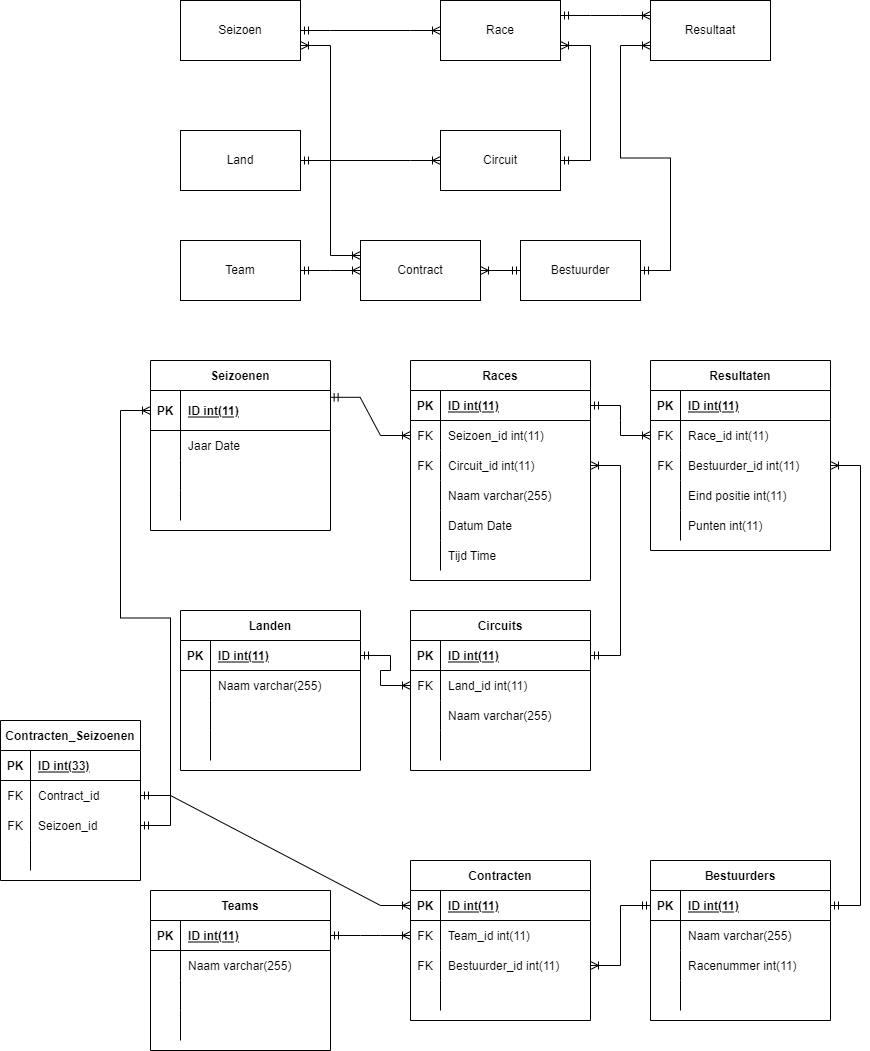
The draw.io diagram F1 ERD.drawio.png in PeterVanKampen7/AO-B7-ERD, before a commit. Source tidied: cells renumbered, new cells last; positions are measured from the earlier drawing's top-left corner, leaving out a move shared by most shapes.
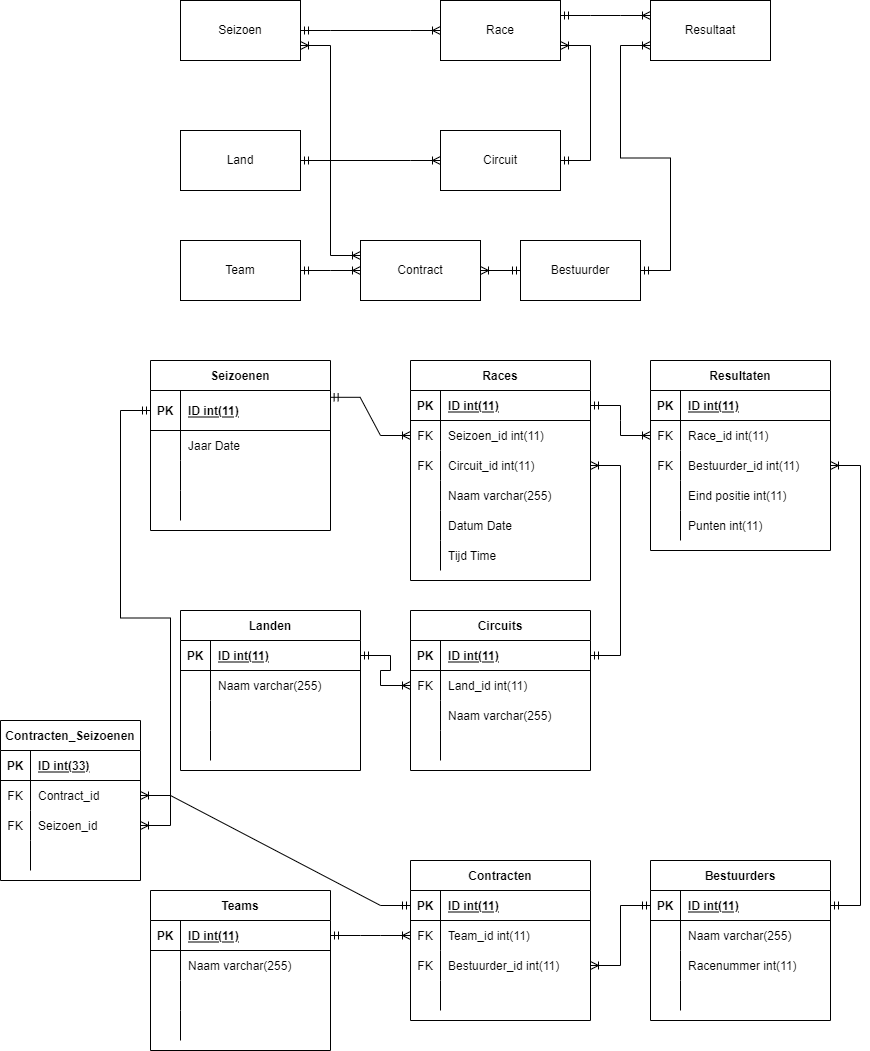
The same diagram one commit later.

The edit, as a diff of the source:
```diff
@@ -449,10 +449,10 @@
     <mxCell id="150" style="shape=partialRectangle;fillColor=none;top=0;left=0;bottom=0;right=0;align=left;spacingLeft=6;overflow=hidden;" parent="148" vertex="1">
       <mxGeometry x="30" width="110" height="30" as="geometry" />
     </mxCell>
-    <mxCell id="151" style="edgeStyle=entityRelationEdgeStyle;fontSize=12;html=1;endArrow=ERoneToMany;startArrow=ERmandOne;rounded=0;exitX=1;exitY=0.5;exitDx=0;exitDy=0;entryX=0;entryY=0.5;entryDx=0;entryDy=0;" parent="1" edge="1" source="142" target="107">
+    <mxCell id="151" style="edgeStyle=entityRelationEdgeStyle;fontSize=12;html=1;endArrow=ERoneToMany;startArrow=ERmandOne;rounded=0;exitX=0;exitY=0.5;exitDx=0;exitDy=0;entryX=1;entryY=0.5;entryDx=0;entryDy=0;" parent="1" edge="1" source="107" target="142">
       <mxGeometry relative="1" as="geometry" />
     </mxCell>
-    <mxCell id="152" style="edgeStyle=entityRelationEdgeStyle;fontSize=12;html=1;endArrow=ERoneToMany;startArrow=ERmandOne;rounded=0;exitX=1;exitY=0.5;exitDx=0;exitDy=0;entryX=0;entryY=0.5;entryDx=0;entryDy=0;" parent="1" edge="1" source="145" target="16">
+    <mxCell id="152" style="edgeStyle=entityRelationEdgeStyle;fontSize=12;html=1;endArrow=ERoneToMany;startArrow=ERmandOne;rounded=0;entryX=1;entryY=0.5;entryDx=0;entryDy=0;exitX=0;exitY=0.5;exitDx=0;exitDy=0;" parent="1" edge="1" source="16" target="145">
       <mxGeometry relative="1" as="geometry" />
     </mxCell>
   </root>
```
